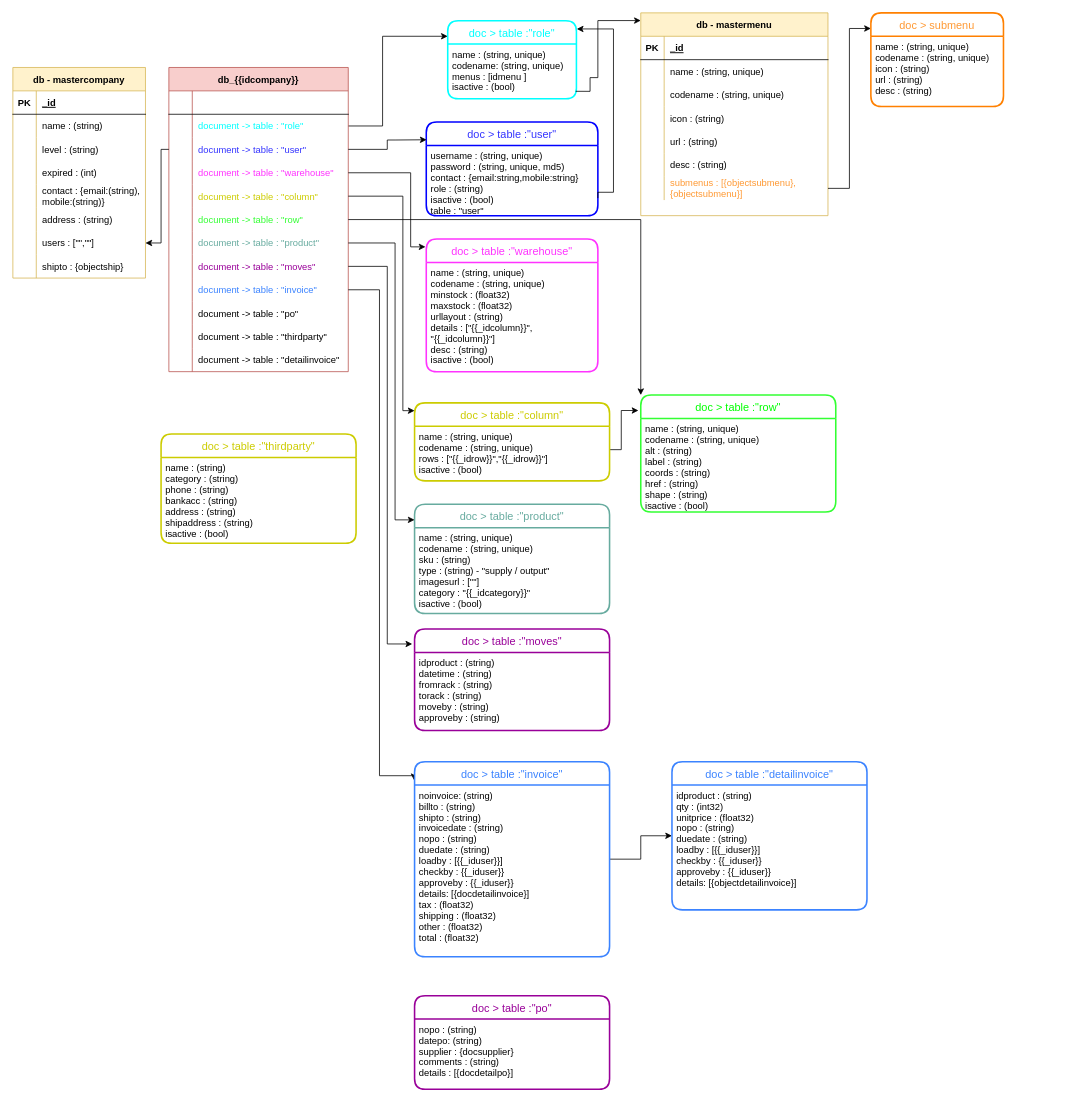
Above: Untitled Diagram.drawio in salomo07/wmsserver (draw.io), before the change. Source tidied: cells renumbered, new cells numbered last; positions are measured from the earlier drawing's top-left corner, leaving out a move shared by most shapes. Both pictures are drawn from the tidied source at 78%, with x=0, y=0 at pixel (12, 12).
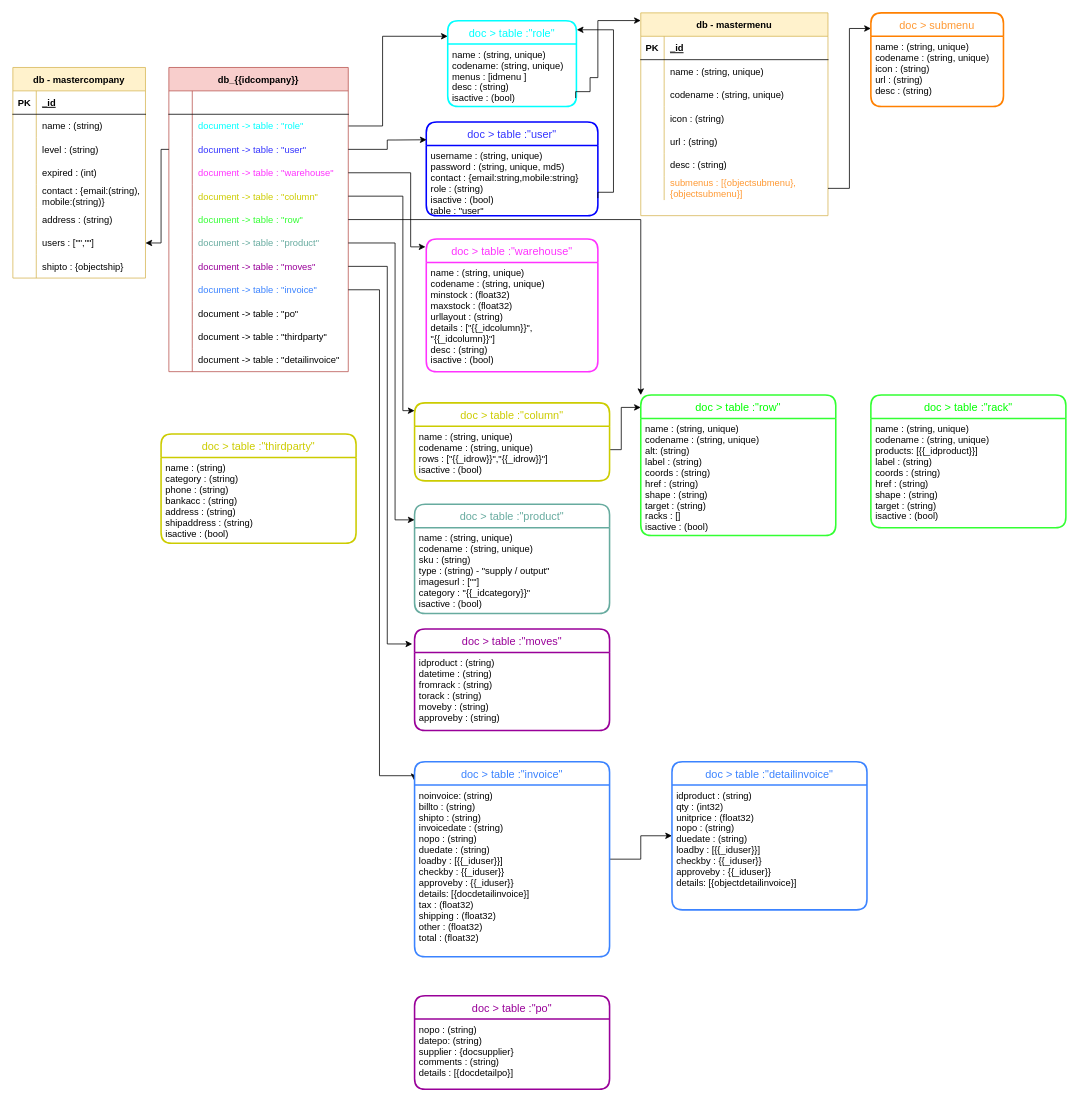
After the change.

The change refers to these unchanged cells:
```xml
<mxCell id="102" value="doc &gt; table :&quot;column&quot;" style="swimlane;horizontal=1;startSize=30;rounded=1;fontSize=14;fontStyle=0;strokeWidth=2;shadow=0;dashed=0;align=center;fontColor=#CCCC00;strokeColor=#CCCC00;" parent="1" vertex="1">
  <mxGeometry x="515" y="500" width="250" height="100" as="geometry" />
</mxCell>
```

What changed in the source:
```diff
@@
     <mxCell id="89" value="doc &gt; table :&quot;role&quot;" style="swimlane;horizontal=1;startSize=30;rounded=1;fontSize=14;fontStyle=0;strokeWidth=2;shadow=0;dashed=0;align=center;fontColor=#00FFFF;strokeColor=#00FFFF;" parent="1" vertex="1">
-      <mxGeometry x="557.5" y="10" width="165" height="100" as="geometry" />
+      <mxGeometry x="557.5" y="10" width="165" height="110" as="geometry" />
     </mxCell>
-    <mxCell id="90" value="name : (string, unique)&#10;codename: (string, unique)&#10;menus : [idmenu ]&#10;isactive : (bool)&#10;" style="align=left;strokeColor=none;fillColor=none;spacingLeft=4;fontSize=12;verticalAlign=top;" parent="89" vertex="1">
-      <mxGeometry y="30" width="165" height="70" as="geometry" />
+    <mxCell id="90" value="name : (string, unique)&#10;codename: (string, unique)&#10;menus : [idmenu ]&#10;desc : (string)&#10;isactive : (bool)&#10;" style="align=left;strokeColor=none;fillColor=none;spacingLeft=4;fontSize=12;verticalAlign=top;" parent="89" vertex="1">
+      <mxGeometry y="30" width="165" height="80" as="geometry" />
     </mxCell>
@@
-    <mxCell id="101" style="edgeStyle=orthogonalEdgeStyle;rounded=0;jettySize=auto;html=1;entryX=-0.012;entryY=0.132;entryDx=0;entryDy=0;entryPerimeter=0;" parent="1" edge="1" source="102" target="104">
+    <mxCell id="101" style="edgeStyle=orthogonalEdgeStyle;rounded=0;jettySize=auto;html=1;entryX=0;entryY=0.088;entryDx=0;entryDy=0;entryPerimeter=0;" parent="1" edge="1" source="102" target="104">
       <mxGeometry relative="1" as="geometry">
         <Array as="points">
           <mxPoint x="780" y="560" />
-          <mxPoint x="780" y="510" />
+          <mxPoint x="780" y="505" />
         </Array>
       </mxGeometry>
     </mxCell>
@@
     <mxCell id="104" value="doc &gt; table :&quot;row&quot;" style="swimlane;horizontal=1;startSize=30;rounded=1;fontSize=14;fontStyle=0;strokeWidth=2;shadow=0;dashed=0;align=center;fontColor=#00FF00;strokeColor=#33FF33;" parent="1" vertex="1">
-      <mxGeometry x="805" y="490" width="250" height="150" as="geometry" />
+      <mxGeometry x="805" y="490" width="250" height="180" as="geometry" />
     </mxCell>
-    <mxCell id="105" value="name : (string, unique)&#10;codename : (string, unique)&#10;alt : (string)&#10;label : (string)&#10;coords : (string)&#10;href : (string)&#10;shape : (string)&#10;isactive : (bool)" style="align=left;strokeColor=none;fillColor=none;spacingLeft=4;fontSize=12;verticalAlign=top;" parent="104" vertex="1">
-      <mxGeometry y="30" width="250" height="120" as="geometry" />
+    <mxCell id="105" value="name : (string, unique)&#10;codename : (string, unique)&#10;alt: (string)&#10;label : (string)&#10;coords : (string)&#10;href : (string)&#10;shape : (string)&#10;target : (string)&#10;racks : []&#10;isactive : (bool)" style="align=left;strokeColor=none;fillColor=none;spacingLeft=4;fontSize=12;verticalAlign=top;" parent="104" vertex="1">
+      <mxGeometry y="30" width="250" height="150" as="geometry" />
     </mxCell>
@@
+    <mxCell id="124" value="doc &gt; table :&quot;rack&quot;" style="swimlane;horizontal=1;startSize=30;rounded=1;fontSize=14;fontStyle=0;strokeWidth=2;shadow=0;dashed=0;align=center;fontColor=#00FF00;strokeColor=#33FF33;" parent="1" vertex="1">
+      <mxGeometry x="1100" y="490" width="250" height="170" as="geometry" />
+    </mxCell>
+    <mxCell id="125" value="name : (string, unique)&#10;codename : (string, unique)&#10;products: [{{_idproduct}}]&#10;label : (string)&#10;coords : (string)&#10;href : (string)&#10;shape : (string)&#10;target : (string)&#10;isactive : (bool)" style="align=left;strokeColor=none;fillColor=none;spacingLeft=4;fontSize=12;verticalAlign=top;" parent="124" vertex="1">
+      <mxGeometry y="30" width="250" height="140" as="geometry" />
+    </mxCell>
```
